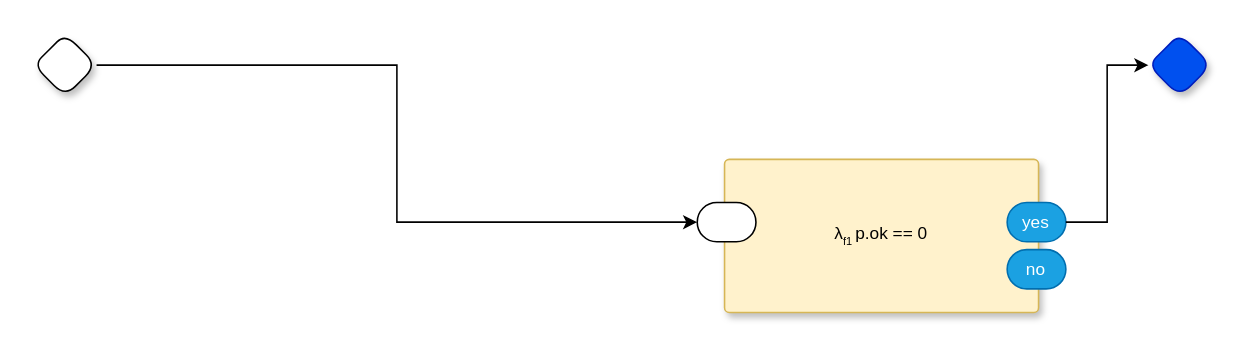
Above: small-test.drawio in guitarvydas/gen0d (draw.io), before the change. Source tidied: cells renumbered, new cells numbered last; positions are measured from the earlier drawing's top-left corner, leaving out a move shared by most shapes. Both pictures are drawn from the tidied source at 157%, with x=0, y=0 at pixel (33, 33).
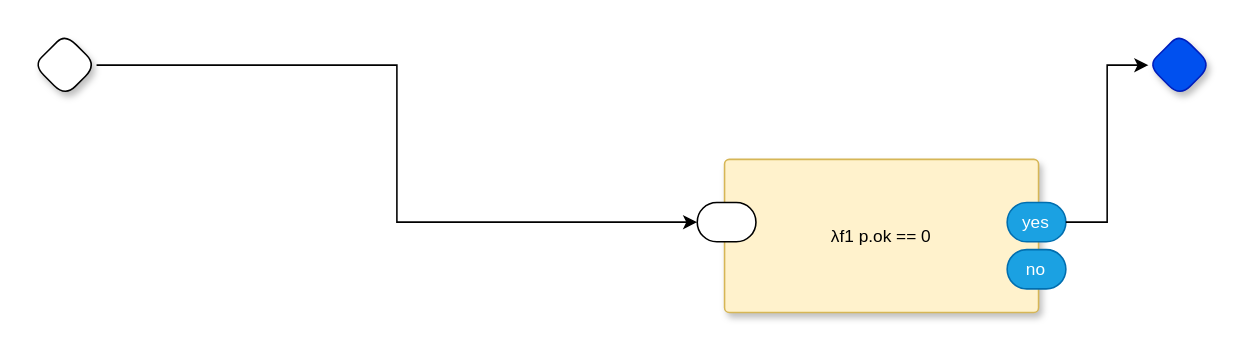
The same page after the edit.

Diff of the diagram source:
```diff
@@
 <mxGraphModel>
   <root>
     <mxCell id="0" />
     <mxCell id="1" parent="0" />
     <mxCell id="2" style="rhombus;whiteSpace=wrap;html=1;rounded=1;fontStyle=1;glass=0;sketch=0;fontSize=12;points=[[0,0.5,0,0,0],[0.5,0,0,0,0],[0.5,1,0,0,0],[1,0.5,0,0,0]];shadow=1;fontFamily=Helvetica;fontColor=default;" parent="1" vertex="1">
       <mxGeometry width="40" height="40" as="geometry" />
     </mxCell>
     <mxCell id="3" style="edgeStyle=orthogonalEdgeStyle;rounded=0;jettySize=auto;html=1;entryX=0;entryY=0.5;entryDx=0;entryDy=0;entryPerimeter=0;" parent="1" edge="1" source="2" target="6">
       <mxGeometry relative="1" as="geometry" />
     </mxCell>
     <mxCell id="4" style="rhombus;whiteSpace=wrap;html=1;rounded=1;fontStyle=1;glass=0;sketch=0;fontSize=12;points=[[0,0.5,0,0,0],[0.5,0,0,0,0],[0.5,1,0,0,0],[1,0.5,0,0,0]];shadow=1;fillColor=#0050ef;fontColor=#ffffff;strokeColor=#001DBC;fontFamily=Helvetica;" parent="1" vertex="1">
       <mxGeometry x="710" width="40" height="40" as="geometry" />
     </mxCell>
-    <mxCell id="5" value="&lt;span style=&quot;border-color: var(--border-color);&quot;&gt;&lt;span style=&quot;border-color: var(--border-color);&quot;&gt;λ&lt;/span&gt;&lt;sub style=&quot;border-color: var(--border-color);&quot;&gt;&lt;font style=&quot;border-color: var(--border-color); font-size: 7px;&quot;&gt;f1&amp;nbsp;&lt;/font&gt;&lt;/sub&gt;&lt;/span&gt;p.ok == 0" style="rounded=1;whiteSpace=wrap;html=1;sketch=0;verticalAlign=middle;arcSize=6;fontStyle=0;absoluteArcSize=1;shadow=1;strokeColor=#d6b656;fillColor=#fff2cc;fontFamily=Helvetica;fontSize=11;align=center;spacingLeft=0;" parent="1" vertex="1">
+    <mxCell id="5" value="λf1 p.ok == 0" style="rounded=1;sketch=0;verticalAlign=middle;arcSize=6;fontStyle=0;absoluteArcSize=1;shadow=1;strokeColor=#d6b656;fillColor=#fff2cc;fontFamily=Helvetica;fontSize=11;align=center;spacingLeft=0;" parent="1" vertex="1">
       <mxGeometry x="440" y="80" width="200" height="97.5" as="geometry" />
     </mxCell>
     <mxCell id="6" style="rounded=1;whiteSpace=wrap;html=1;sketch=0;points=[[0,0.5,0,0,0],[1,0.5,0,0,0]];arcSize=50;fontFamily=Helvetica;fontSize=11;fontColor=default;" parent="5" vertex="1">
       <mxGeometry x="-17.4" y="27.5" width="37.4" height="25" as="geometry" />
     </mxCell>
     <mxCell id="7" value="yes" style="rounded=1;whiteSpace=wrap;html=1;sketch=0;points=[[0,0.5,0,0,0],[1,0.5,0,0,0]];fillColor=#1ba1e2;fontColor=#ffffff;strokeColor=#006EAF;arcSize=50;fontFamily=Helvetica;fontSize=11;" parent="5" vertex="1">
       <mxGeometry x="180" y="27.5" width="37.4" height="25" as="geometry" />
     </mxCell>
     <mxCell id="8" value="no" style="rounded=1;whiteSpace=wrap;html=1;sketch=0;fillColor=#1ba1e2;fontColor=#ffffff;strokeColor=#006EAF;arcSize=50;fontFamily=Helvetica;fontSize=11;" parent="5" vertex="1">
       <mxGeometry x="180" y="57.5" width="37.4" height="25" as="geometry" />
     </mxCell>
     <mxCell id="9" style="edgeStyle=orthogonalEdgeStyle;rounded=0;jettySize=auto;html=1;exitX=1;exitY=0.5;exitDx=0;exitDy=0;exitPerimeter=0;entryX=0;entryY=0.5;entryDx=0;entryDy=0;entryPerimeter=0;" parent="1" edge="1" source="7" target="4">
       <mxGeometry relative="1" as="geometry" />
     </mxCell>
   </root>
 </mxGraphModel>
```
